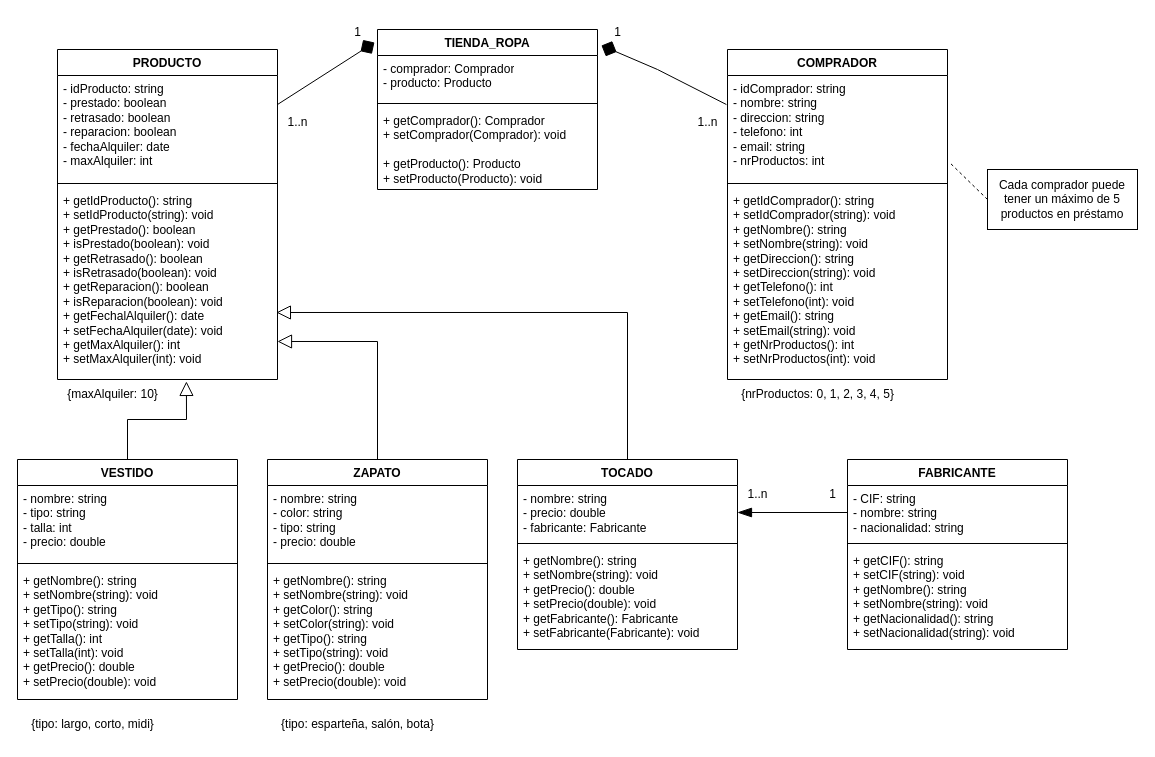
Before: Practica8.drawio in memfu/Programacion, a draw.io diagram. Source tidied: cells renumbered, new cells numbered last; positions are measured from the earlier drawing's top-left corner, leaving out a move shared by most shapes. Both pictures are drawn from the tidied source at 100%, with x=0, y=0 at pixel (17, 17).
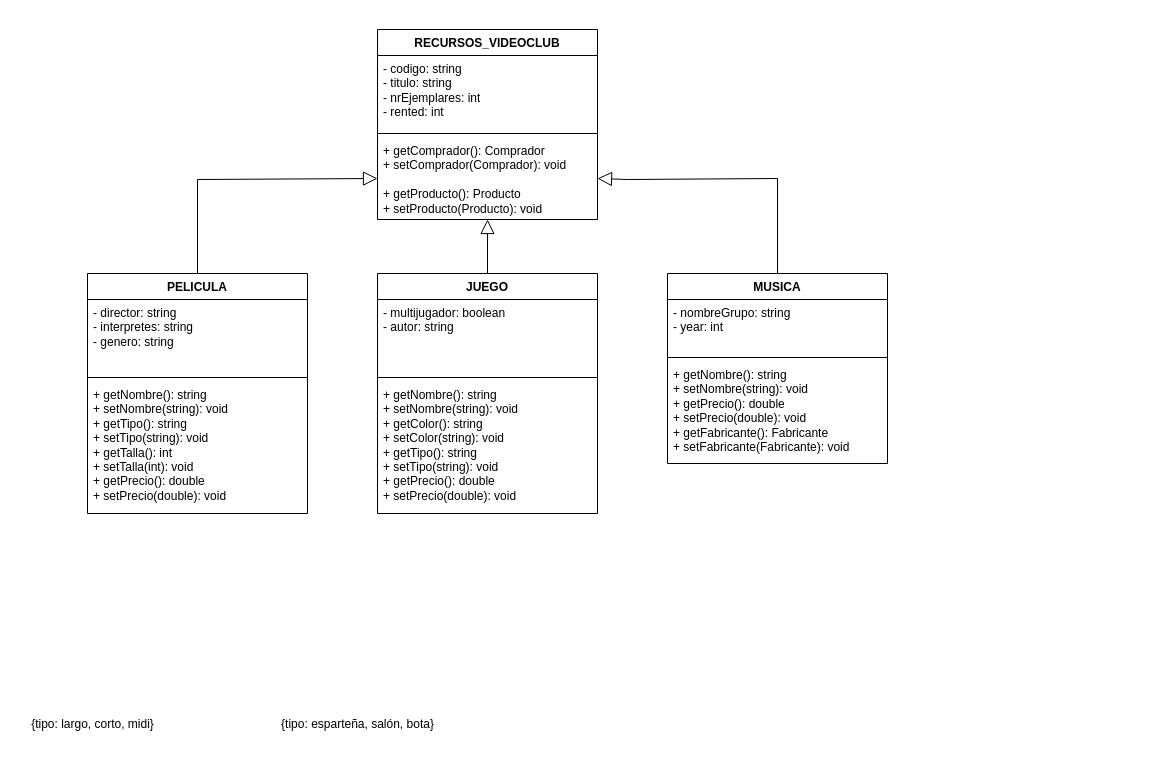
The same page after the edit.

Diff of the diagram source:
```diff
@@
-    <mxCell id="2" value="TIENDA_ROPA" style="swimlane;fontStyle=1;align=center;verticalAlign=top;horizontal=1;startSize=26;whiteSpace=wrap;html=1;" parent="1" vertex="1">
-      <mxGeometry x="360" y="12" width="220" height="160" as="geometry" />
+    <mxCell id="2" value="RECURSOS_VIDEOCLUB" style="swimlane;fontStyle=1;align=center;verticalAlign=top;horizontal=1;startSize=26;whiteSpace=wrap;html=1;" parent="1" vertex="1">
+      <mxGeometry x="360" y="12" width="220" height="190" as="geometry" />
     </mxCell>
-    <mxCell id="3" value="&lt;div&gt;- comprador: Comprador&lt;/div&gt;&lt;div&gt;- producto: Producto&lt;br&gt;&lt;/div&gt;" style="text;strokeColor=none;fillColor=none;align=left;verticalAlign=top;spacingLeft=4;spacingRight=4;overflow=hidden;whiteSpace=wrap;html=1;" parent="2" vertex="1">
-      <mxGeometry y="26" width="220" height="44" as="geometry" />
+    <mxCell id="3" value="&lt;div&gt;- codigo: string&lt;br&gt;&lt;/div&gt;&lt;div&gt;- titulo: string&lt;br&gt;&lt;/div&gt;&lt;div&gt;- nrEjemplares: int&lt;br&gt;&lt;/div&gt;&lt;div&gt;- rented: int&lt;br&gt;&lt;/div&gt;" style="text;strokeColor=none;fillColor=none;align=left;verticalAlign=top;spacingLeft=4;spacingRight=4;overflow=hidden;whiteSpace=wrap;html=1;" parent="2" vertex="1">
+      <mxGeometry y="26" width="220" height="74" as="geometry" />
     </mxCell>
     <mxCell id="4" style="line;strokeWidth=1;fillColor=none;align=left;verticalAlign=middle;spacingTop=-1;spacingLeft=3;spacingRight=3;labelPosition=right;strokeColor=inherit;" parent="2" vertex="1">
-      <mxGeometry y="70" width="220" height="8" as="geometry" />
+      <mxGeometry y="100" width="220" height="8" as="geometry" />
     </mxCell>
     <mxCell id="5" value="&lt;div&gt;+ getComprador(): Comprador&lt;/div&gt;&lt;div&gt;+ setComprador(Comprador): void&lt;br&gt;&lt;/div&gt;&lt;div&gt;&lt;br&gt;&lt;/div&gt;&lt;div&gt;+ getProducto(): Producto&lt;br&gt;&lt;/div&gt;&lt;div&gt;+ setProducto(Producto): void&lt;br&gt;&lt;/div&gt;&lt;div&gt;&lt;br&gt;&lt;br&gt;&lt;/div&gt;" style="text;strokeColor=none;fillColor=none;align=left;verticalAlign=top;spacingLeft=4;spacingRight=4;overflow=hidden;points=[[0,0.5],[1,0.5]];portConstraint=eastwest;whiteSpace=wrap;html=1;" parent="2" vertex="1">
-      <mxGeometry y="78" width="220" height="82" as="geometry" />
+      <mxGeometry y="108" width="220" height="82" as="geometry" />
     </mxCell>
-    <mxCell id="6" value="PRODUCTO" style="swimlane;fontStyle=1;align=center;verticalAlign=top;horizontal=1;startSize=26;whiteSpace=wrap;html=1;" parent="1" vertex="1">
-      <mxGeometry x="40" y="32" width="220" height="330" as="geometry" />
-    </mxCell>
-    <mxCell id="7" value="&lt;div&gt;- idProducto: string&lt;br&gt;&lt;/div&gt;&lt;div&gt;- prestado: boolean&lt;/div&gt;&lt;div&gt;- retrasado: boolean&lt;/div&gt;&lt;div&gt;- reparacion: boolean&lt;br&gt;&lt;/div&gt;&lt;div&gt;- fechaAlquiler: date&lt;br&gt;&lt;/div&gt;&lt;div&gt;- maxAlquiler: int&lt;br&gt;&lt;/div&gt;&lt;div&gt;&lt;br&gt;&lt;/div&gt;" style="text;strokeColor=none;fillColor=none;align=left;verticalAlign=top;spacingLeft=4;spacingRight=4;overflow=hidden;whiteSpace=wrap;html=1;" parent="6" vertex="1">
-      <mxGeometry y="26" width="220" height="104" as="geometry" />
-    </mxCell>
-    <mxCell id="8" style="line;strokeWidth=1;fillColor=none;align=left;verticalAlign=middle;spacingTop=-1;spacingLeft=3;spacingRight=3;labelPosition=right;strokeColor=inherit;" parent="6" vertex="1">
-      <mxGeometry y="130" width="220" height="8" as="geometry" />
-    </mxCell>
-    <mxCell id="9" value="&lt;div&gt;+ getIdProducto(): string&lt;/div&gt;&lt;div&gt;+ setIdProducto(string): void&lt;br&gt;&lt;/div&gt;&lt;div&gt;+ getPrestado(): boolean&lt;br&gt;&lt;/div&gt;&lt;div&gt;+ isPrestado(boolean): void&lt;br&gt;&lt;/div&gt;&lt;div&gt;&lt;div&gt;+ getRetrasado(): boolean&lt;br&gt;&lt;/div&gt;+ isRetrasado(boolean): void&lt;/div&gt;&lt;div&gt;+ getReparacion(): boolean&lt;br&gt;&lt;/div&gt;&lt;div&gt;+ isReparacion(boolean): void&lt;/div&gt;&lt;div&gt;+ getFechalAlquiler(): date&lt;br&gt;&lt;/div&gt;&lt;div&gt;&lt;div&gt;+ setFechaAlquiler(date): void&lt;/div&gt;&lt;div&gt;+ getMaxAlquiler(): int&lt;br&gt;&lt;/div&gt;+ setMaxAlquiler(int): void&lt;br&gt;&lt;br&gt;&lt;/div&gt;" style="text;strokeColor=none;fillColor=none;align=left;verticalAlign=top;spacingLeft=4;spacingRight=4;overflow=hidden;points=[[0,0.5],[1,0.5]];portConstraint=eastwest;whiteSpace=wrap;html=1;" parent="6" vertex="1">
-      <mxGeometry y="138" width="220" height="192" as="geometry" />
-    </mxCell>
-    <mxCell id="10" value="COMPRADOR" style="swimlane;fontStyle=1;align=center;verticalAlign=top;horizontal=1;startSize=26;whiteSpace=wrap;html=1;" parent="1" vertex="1">
-      <mxGeometry x="710" y="32" width="220" height="330" as="geometry" />
-    </mxCell>
-    <mxCell id="11" value="&lt;div&gt;- idComprador: string&lt;/div&gt;&lt;div&gt;- nombre: string&lt;/div&gt;&lt;div&gt;- direccion: string&lt;/div&gt;&lt;div&gt;- telefono: int&lt;/div&gt;&lt;div&gt;- email: string&lt;/div&gt;&lt;div&gt;- nrProductos: int&lt;br&gt;&lt;/div&gt;&lt;div&gt;&lt;br&gt;&lt;/div&gt;" style="text;strokeColor=none;fillColor=none;align=left;verticalAlign=top;spacingLeft=4;spacingRight=4;overflow=hidden;points=[[0,0.5],[1,0.5]];portConstraint=eastwest;whiteSpace=wrap;html=1;" parent="10" vertex="1">
-      <mxGeometry y="26" width="220" height="104" as="geometry" />
-    </mxCell>
-    <mxCell id="12" style="line;strokeWidth=1;fillColor=none;align=left;verticalAlign=middle;spacingTop=-1;spacingLeft=3;spacingRight=3;labelPosition=right;strokeColor=inherit;" parent="10" vertex="1">
-      <mxGeometry y="130" width="220" height="8" as="geometry" />
-    </mxCell>
-    <mxCell id="13" value="&lt;div&gt;+ getIdComprador(): string&lt;/div&gt;&lt;div&gt;+ setIdComprador(string): void&lt;br&gt;&lt;/div&gt;&lt;div&gt;&lt;div&gt;+ getNombre(): string&lt;/div&gt;&lt;div&gt;+ setNombre(string): void&lt;/div&gt;&lt;/div&gt;&lt;div&gt;&lt;div&gt;+ getDireccion(): string&lt;/div&gt;&lt;div&gt;+ setDireccion(string): void&lt;/div&gt;&lt;div&gt;&lt;div&gt;+ getTelefono(): int&lt;br&gt;&lt;/div&gt;+ setTelefono(int): void&lt;/div&gt;&lt;/div&gt;&lt;div&gt;&lt;div&gt;+ getEmail(): string&lt;/div&gt;&lt;div&gt;+ setEmail(string): void&lt;/div&gt;&lt;div&gt;+ getNrProductos(): int&lt;br&gt;&lt;/div&gt;+ setNrProductos(int): void&lt;/div&gt;" style="text;strokeColor=none;fillColor=none;align=left;verticalAlign=top;spacingLeft=4;spacingRight=4;overflow=hidden;whiteSpace=wrap;html=1;" parent="10" vertex="1">
-      <mxGeometry y="138" width="220" height="192" as="geometry" />
-    </mxCell>
-    <mxCell id="14" value="VESTIDO" style="swimlane;fontStyle=1;align=center;verticalAlign=top;horizontal=1;startSize=26;whiteSpace=wrap;html=1;" parent="1" vertex="1">
-      <mxGeometry y="442" width="220" height="240" as="geometry" />
+    <mxCell id="14" value="PELICULA" style="swimlane;fontStyle=1;align=center;verticalAlign=top;horizontal=1;startSize=26;whiteSpace=wrap;html=1;" parent="1" vertex="1">
+      <mxGeometry x="70" y="256" width="220" height="240" as="geometry" />
     </mxCell>
-    <mxCell id="15" value="&lt;div&gt;- nombre: string&lt;/div&gt;&lt;div&gt;- tipo: string&lt;/div&gt;&lt;div&gt;- talla: int&lt;/div&gt;&lt;div&gt;- precio: double&lt;br&gt;&lt;/div&gt;&lt;div&gt;&lt;br&gt;&lt;/div&gt;" style="text;strokeColor=none;fillColor=none;align=left;verticalAlign=top;spacingLeft=4;spacingRight=4;overflow=hidden;whiteSpace=wrap;html=1;" parent="14" vertex="1">
+    <mxCell id="15" value="&lt;div&gt;- director: string&lt;/div&gt;&lt;div&gt;- interpretes: string&lt;/div&gt;&lt;div&gt;- genero: string&lt;/div&gt;&lt;div&gt;&lt;br&gt;&lt;/div&gt;" style="text;strokeColor=none;fillColor=none;align=left;verticalAlign=top;spacingLeft=4;spacingRight=4;overflow=hidden;whiteSpace=wrap;html=1;" parent="14" vertex="1">
       <mxGeometry y="26" width="220" height="74" as="geometry" />
     </mxCell>
@@
-    <mxCell id="18" value="ZAPATO" style="swimlane;fontStyle=1;align=center;verticalAlign=top;horizontal=1;startSize=26;whiteSpace=wrap;html=1;" parent="1" vertex="1">
-      <mxGeometry x="250" y="442" width="220" height="240" as="geometry" />
+    <mxCell id="18" value="JUEGO" style="swimlane;fontStyle=1;align=center;verticalAlign=top;horizontal=1;startSize=26;whiteSpace=wrap;html=1;" parent="1" vertex="1">
+      <mxGeometry x="360" y="256" width="220" height="240" as="geometry" />
     </mxCell>
-    <mxCell id="19" value="&lt;div&gt;- nombre: string&lt;/div&gt;&lt;div&gt;- color: string&lt;/div&gt;&lt;div&gt;- tipo: string&lt;/div&gt;&lt;div&gt;- precio: double&lt;br&gt;&lt;/div&gt;&lt;div&gt;&lt;br&gt;&lt;/div&gt;" style="text;strokeColor=none;fillColor=none;align=left;verticalAlign=top;spacingLeft=4;spacingRight=4;overflow=hidden;whiteSpace=wrap;html=1;" parent="18" vertex="1">
+    <mxCell id="19" value="&lt;div&gt;- multijugador: boolean&lt;/div&gt;&lt;div&gt;- autor: string&lt;/div&gt;&lt;div&gt;&lt;br&gt;&lt;/div&gt;" style="text;strokeColor=none;fillColor=none;align=left;verticalAlign=top;spacingLeft=4;spacingRight=4;overflow=hidden;whiteSpace=wrap;html=1;" parent="18" vertex="1">
       <mxGeometry y="26" width="220" height="74" as="geometry" />
     </mxCell>
@@
-    <mxCell id="24" value="TOCADO" style="swimlane;fontStyle=1;align=center;verticalAlign=top;horizontal=1;startSize=26;whiteSpace=wrap;html=1;" parent="1" vertex="1">
-      <mxGeometry x="500" y="442" width="220" height="190" as="geometry" />
+    <mxCell id="24" value="MUSICA" style="swimlane;fontStyle=1;align=center;verticalAlign=top;horizontal=1;startSize=26;whiteSpace=wrap;html=1;" parent="1" vertex="1">
+      <mxGeometry x="650" y="256" width="220" height="190" as="geometry" />
     </mxCell>
-    <mxCell id="25" value="&lt;div&gt;- nombre: string&lt;/div&gt;&lt;div&gt;- precio: double&lt;/div&gt;&lt;div&gt;- fabricante: Fabricante&lt;br&gt;&lt;/div&gt;&lt;div&gt;&lt;br&gt;&lt;/div&gt;" style="text;strokeColor=none;fillColor=none;align=left;verticalAlign=top;spacingLeft=4;spacingRight=4;overflow=hidden;points=[[0,0.5],[1,0.5]];portConstraint=eastwest;whiteSpace=wrap;html=1;" parent="24" vertex="1">
+    <mxCell id="25" value="&lt;div&gt;- nombreGrupo: string&lt;/div&gt;&lt;div&gt;- year: int&lt;/div&gt;&lt;div&gt;&lt;br&gt;&lt;/div&gt;" style="text;strokeColor=none;fillColor=none;align=left;verticalAlign=top;spacingLeft=4;spacingRight=4;overflow=hidden;points=[[0,0.5],[1,0.5]];portConstraint=eastwest;whiteSpace=wrap;html=1;" parent="24" vertex="1">
       <mxGeometry y="26" width="220" height="54" as="geometry" />
     </mxCell>
@@
-    <mxCell id="28" value="FABRICANTE" style="swimlane;fontStyle=1;align=center;verticalAlign=top;horizontal=1;startSize=26;whiteSpace=wrap;html=1;" parent="1" vertex="1">
-      <mxGeometry x="830" y="442" width="220" height="190" as="geometry" />
-    </mxCell>
-    <mxCell id="29" value="&lt;div&gt;- CIF: string&lt;br&gt;&lt;/div&gt;&lt;div&gt;- nombre: string&lt;/div&gt;&lt;div&gt;- nacionalidad: string&lt;br&gt;&lt;/div&gt;&lt;div&gt;&lt;br&gt;&lt;/div&gt;" style="text;strokeColor=none;fillColor=none;align=left;verticalAlign=top;spacingLeft=4;spacingRight=4;overflow=hidden;points=[[0,0.5],[1,0.5]];portConstraint=eastwest;whiteSpace=wrap;html=1;" parent="28" vertex="1">
-      <mxGeometry y="26" width="220" height="54" as="geometry" />
-    </mxCell>
-    <mxCell id="30" style="line;strokeWidth=1;fillColor=none;align=left;verticalAlign=middle;spacingTop=-1;spacingLeft=3;spacingRight=3;labelPosition=right;strokeColor=inherit;" parent="28" vertex="1">
-      <mxGeometry y="80" width="220" height="8" as="geometry" />
-    </mxCell>
-    <mxCell id="31" value="&lt;div&gt;+ getCIF(): string&lt;/div&gt;&lt;div&gt;+ setCIF(string): void&lt;/div&gt;&lt;div&gt;+ getNombre(): string&lt;/div&gt;&lt;div&gt;+ setNombre(string): void&lt;/div&gt;&lt;div&gt;+ getNacionalidad(): string&lt;/div&gt;&lt;div&gt;+ setNacionalidad(string): void&lt;/div&gt;" style="text;strokeColor=none;fillColor=none;align=left;verticalAlign=top;spacingLeft=4;spacingRight=4;overflow=hidden;whiteSpace=wrap;html=1;" parent="28" vertex="1">
-      <mxGeometry y="88" width="220" height="102" as="geometry" />
-    </mxCell>
-    <mxCell id="32" value="{nrProductos: 0, 1, 2, 3, 4, 5}" style="text;html=1;align=center;verticalAlign=middle;strokeColor=none;fillColor=none;" parent="1" vertex="1">
-      <mxGeometry x="710" y="362" width="180" height="30" as="geometry" />
-    </mxCell>
-    <mxCell id="33" value="{maxAlquiler: 10}" style="text;html=1;align=center;verticalAlign=middle;strokeColor=none;fillColor=none;" parent="1" vertex="1">
-      <mxGeometry x="40" y="362" width="110" height="30" as="geometry" />
-    </mxCell>
-    <mxCell id="34" style="endArrow=block;endFill=0;endSize=12;html=1;rounded=0;exitX=0.5;exitY=0;exitDx=0;exitDy=0;entryX=0.586;entryY=1.01;entryDx=0;entryDy=0;entryPerimeter=0;" parent="1" edge="1" source="14" target="9">
+    <mxCell id="34" style="endArrow=block;endFill=0;endSize=12;html=1;rounded=0;exitX=0.5;exitY=0;exitDx=0;exitDy=0;entryX=0;entryY=0.5;entryDx=0;entryDy=0;" parent="1" edge="1" source="14" target="5">
       <mxGeometry relative="1" as="geometry">
         <Array as="points">
-          <mxPoint x="110" y="402" />
-          <mxPoint x="169" y="402" />
+          <mxPoint x="180" y="162" />
         </Array>
       </mxGeometry>
     </mxCell>
-    <mxCell id="35" style="endArrow=block;endFill=0;endSize=12;html=1;rounded=0;exitX=0.5;exitY=0;exitDx=0;exitDy=0;entryX=1;entryY=0.802;entryDx=0;entryDy=0;entryPerimeter=0;" parent="1" edge="1" source="18" target="9">
-      <mxGeometry relative="1" as="geometry">
-        <Array as="points">
-          <mxPoint x="360" y="324" />
-        </Array>
-      </mxGeometry>
+    <mxCell id="35" style="endArrow=block;endFill=0;endSize=12;html=1;rounded=0;exitX=0.5;exitY=0;exitDx=0;exitDy=0;entryX=0.5;entryY=1;entryDx=0;entryDy=0;" parent="1" edge="1" source="18" target="2">
+      <mxGeometry relative="1" as="geometry" />
     </mxCell>
-    <mxCell id="36" style="endArrow=block;endFill=0;endSize=12;html=1;rounded=0;exitX=0.5;exitY=0;exitDx=0;exitDy=0;entryX=0.995;entryY=0.651;entryDx=0;entryDy=0;entryPerimeter=0;" parent="1" edge="1" source="24" target="9">
+    <mxCell id="36" style="endArrow=block;endFill=0;endSize=12;html=1;rounded=0;exitX=0.5;exitY=0;exitDx=0;exitDy=0;entryX=1;entryY=0.5;entryDx=0;entryDy=0;" parent="1" edge="1" source="24" target="5">
       <mxGeometry relative="1" as="geometry">
         <Array as="points">
-          <mxPoint x="610" y="295" />
+          <mxPoint x="760" y="161" />
+          <mxPoint x="610" y="162" />
         </Array>
       </mxGeometry>
     </mxCell>
-    <mxCell id="37" style="endArrow=diamond;endFill=1;endSize=14;html=1;rounded=0;entryX=-0.014;entryY=0.081;entryDx=0;entryDy=0;entryPerimeter=0;" parent="1" edge="1" target="2">
-      <mxGeometry relative="1" as="geometry">
-        <mxPoint x="260" y="87" as="sourcePoint" />
-      </mxGeometry>
-    </mxCell>
-    <mxCell id="38" style="endArrow=diamond;endFill=1;endSize=14;html=1;rounded=0;entryX=1.018;entryY=0.1;entryDx=0;entryDy=0;entryPerimeter=0;exitX=-0.005;exitY=0.279;exitDx=0;exitDy=0;exitPerimeter=0;" parent="1" edge="1" source="11" target="2">
-      <mxGeometry relative="1" as="geometry">
-        <Array as="points">
-          <mxPoint x="640" y="52" />
-        </Array>
-      </mxGeometry>
-    </mxCell>
-    <mxCell id="39" value="1" style="text;html=1;align=center;verticalAlign=middle;strokeColor=none;fillColor=none;" parent="1" vertex="1">
-      <mxGeometry x="325" width="30" height="30" as="geometry" />
-    </mxCell>
-    <mxCell id="40" value="1" style="text;html=1;align=center;verticalAlign=middle;strokeColor=none;fillColor=none;" parent="1" vertex="1">
-      <mxGeometry x="585" width="30" height="30" as="geometry" />
-    </mxCell>
-    <mxCell id="41" value="1..n" style="text;html=1;align=center;verticalAlign=middle;strokeColor=none;fillColor=none;" parent="1" vertex="1">
-      <mxGeometry x="260" y="90" width="40" height="30" as="geometry" />
-    </mxCell>
-    <mxCell id="42" value="1..n" style="text;html=1;align=center;verticalAlign=middle;strokeColor=none;fillColor=none;" parent="1" vertex="1">
-      <mxGeometry x="670" y="90" width="40" height="30" as="geometry" />
-    </mxCell>
-    <mxCell id="43" style="endArrow=blockThin;endFill=1;endSize=12;html=1;rounded=0;entryX=1;entryY=0.5;entryDx=0;entryDy=0;exitX=0;exitY=0.5;exitDx=0;exitDy=0;" parent="1" edge="1" source="29" target="25">
-      <mxGeometry relative="1" as="geometry" />
-    </mxCell>
-    <mxCell id="44" value="1" style="text;html=1;align=center;verticalAlign=middle;strokeColor=none;fillColor=none;" parent="1" vertex="1">
-      <mxGeometry x="800" y="462" width="30" height="30" as="geometry" />
-    </mxCell>
-    <mxCell id="45" value="1..n" style="text;html=1;align=center;verticalAlign=middle;strokeColor=none;fillColor=none;" parent="1" vertex="1">
-      <mxGeometry x="720" y="462" width="40" height="30" as="geometry" />
-    </mxCell>
-    <mxCell id="46" value="Cada comprador puede tener un máximo de 5 productos en préstamo" style="rounded=0;whiteSpace=wrap;html=1;" parent="1" vertex="1">
-      <mxGeometry x="970" y="152" width="150" height="60" as="geometry" />
-    </mxCell>
-    <mxCell id="47" style="endArrow=none;dashed=1;html=1;strokeWidth=1;rounded=0;entryX=1.014;entryY=0.846;entryDx=0;entryDy=0;exitX=0;exitY=0.5;exitDx=0;exitDy=0;entryPerimeter=0;" parent="1" edge="1" source="46" target="11">
-      <mxGeometry relative="1" as="geometry" />
-    </mxCell>
```
